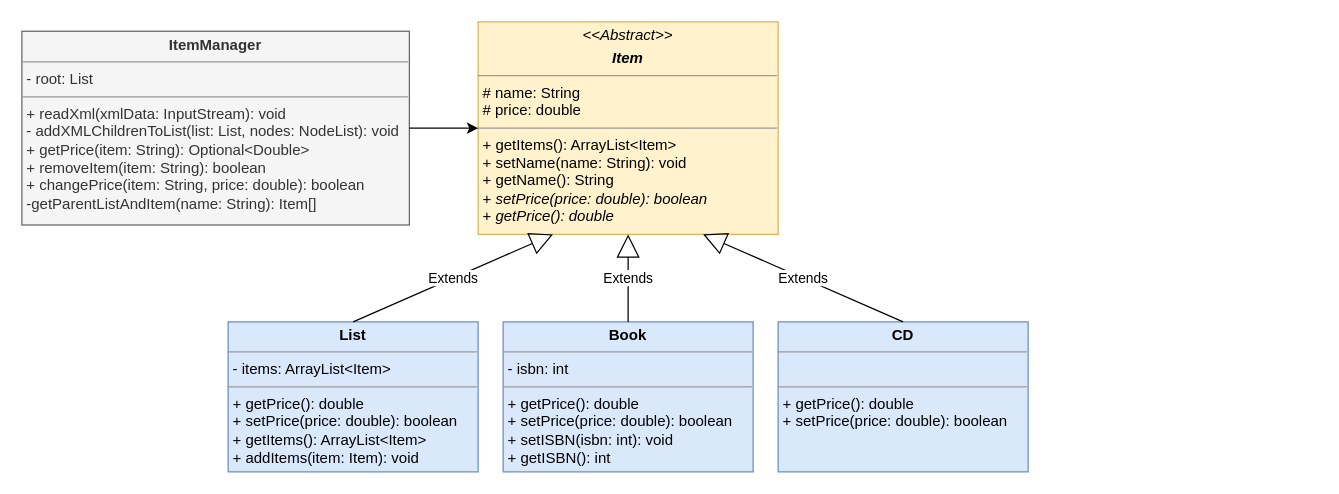
Johannes-Baischer/SE-Assignments keeps this draw.io diagram as docs/composite/img/a4_uml.drawio. Above is the earlier version. Source tidied: cells renumbered, new cells numbered last; positions are measured from the earlier drawing's top-left corner, leaving out a move shared by most shapes. Both pictures are drawn from the tidied source at 125%, with x=0, y=0 at pixel (21, 21).
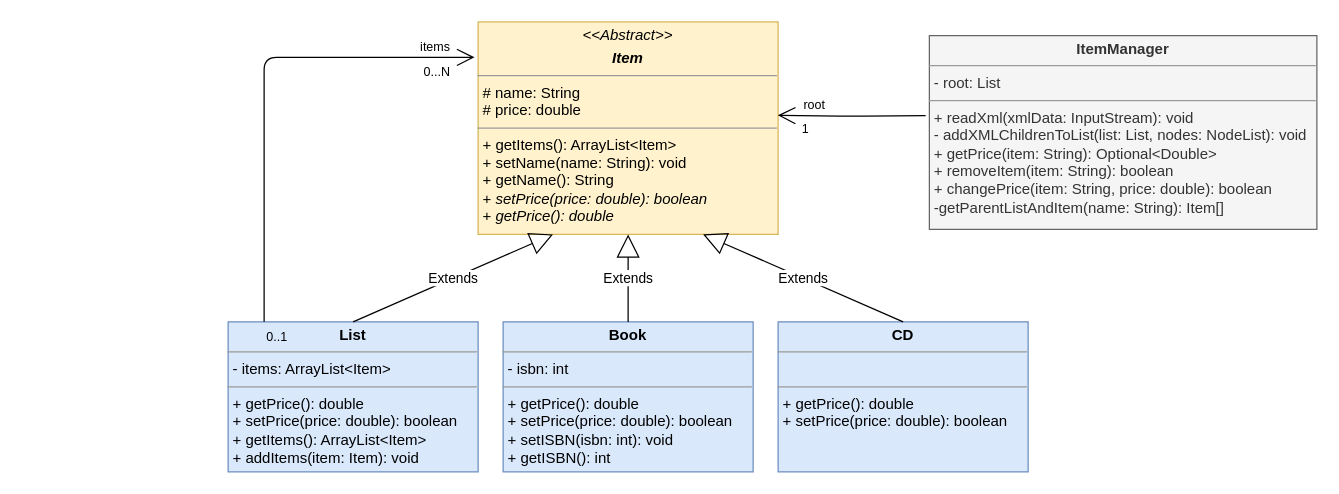
Above is the later version.

The change refers to these unchanged cells:
```xml
<mxCell id="2" value="&lt;p style=&quot;margin:0px;margin-top:4px;text-align:center;&quot;&gt;&lt;i&gt;&amp;lt;&amp;lt;Abstract&amp;gt;&amp;gt;&lt;/i&gt;&lt;/p&gt;&lt;p style=&quot;margin:0px;margin-top:4px;text-align:center;&quot;&gt;&lt;i&gt;&lt;b&gt;Item&lt;/b&gt;&lt;/i&gt;&lt;br&gt;&lt;/p&gt;&lt;hr size=&quot;1&quot;&gt;&lt;p style=&quot;margin:0px;margin-left:4px;&quot;&gt;# name: String&lt;/p&gt;&lt;p style=&quot;margin:0px;margin-left:4px;&quot;&gt;# price: double&lt;br&gt;&lt;/p&gt;&lt;hr size=&quot;1&quot;&gt;&lt;p style=&quot;margin:0px;margin-left:4px;&quot;&gt;+ getItems(): ArrayList&amp;lt;Item&amp;gt;&lt;/p&gt;&lt;p style=&quot;margin:0px;margin-left:4px;&quot;&gt;+ setName(name: String): void&lt;/p&gt;&lt;p style=&quot;margin:0px;margin-left:4px;&quot;&gt;+ getName(): String&lt;/p&gt;&lt;p style=&quot;margin:0px;margin-left:4px;&quot;&gt;+ &lt;i&gt;setPrice(price: double): boolean&lt;/i&gt;&lt;/p&gt;&lt;p style=&quot;margin:0px;margin-left:4px;&quot;&gt;+ &lt;i&gt;getPrice(): double&lt;/i&gt;&lt;br&gt;&lt;/p&gt;" style="verticalAlign=top;align=left;overflow=fill;fontSize=12;fontFamily=Helvetica;html=1;fillColor=#fff2cc;strokeColor=#d6b656;" parent="1" vertex="1">
  <mxGeometry x="365" width="240" height="170" as="geometry" />
</mxCell>
<mxCell id="3" value="&lt;p style=&quot;margin:0px;margin-top:4px;text-align:center;&quot;&gt;&lt;b&gt;List&lt;/b&gt;&lt;br&gt;&lt;/p&gt;&lt;hr size=&quot;1&quot;&gt;&lt;p style=&quot;margin:0px;margin-left:4px;&quot;&gt;- items: ArrayList&amp;lt;Item&amp;gt;&lt;br&gt;&lt;/p&gt;&lt;hr size=&quot;1&quot;&gt;&lt;p style=&quot;margin:0px;margin-left:4px;&quot;&gt;+ getPrice(): double&lt;/p&gt;&lt;p style=&quot;margin:0px;margin-left:4px;&quot;&gt;+ setPrice(price: double): boolean&lt;/p&gt;&lt;p style=&quot;margin:0px;margin-left:4px;&quot;&gt;+ getItems(): ArrayList&amp;lt;Item&amp;gt;&lt;/p&gt;&lt;p style=&quot;margin:0px;margin-left:4px;&quot;&gt;+ addItems(item: Item): void&lt;br&gt;&lt;/p&gt;" style="verticalAlign=top;align=left;overflow=fill;fontSize=12;fontFamily=Helvetica;html=1;fillColor=#dae8fc;strokeColor=#6c8ebf;" parent="1" vertex="1">
  <mxGeometry x="165" y="240" width="200" height="120" as="geometry" />
</mxCell>
```

Change to the diagram source:
```diff
@@
     <mxCell id="6" value="&lt;p style=&quot;margin:0px;margin-top:4px;text-align:center;&quot;&gt;&lt;b&gt;ItemManager&lt;/b&gt;&lt;/p&gt;&lt;hr size=&quot;1&quot;&gt;&lt;p style=&quot;margin:0px;margin-left:4px;&quot;&gt;- root: List&lt;br&gt;&lt;/p&gt;&lt;hr size=&quot;1&quot;&gt;&lt;p style=&quot;margin:0px;margin-left:4px;&quot;&gt;+ readXml(xmlData: InputStream): void&lt;/p&gt;&lt;p style=&quot;margin:0px;margin-left:4px;&quot;&gt;- addXMLChildrenToList(list: List, nodes: NodeList): void&lt;/p&gt;&lt;p style=&quot;margin:0px;margin-left:4px;&quot;&gt;+ getPrice(item: String): Optional&amp;lt;Double&amp;gt;&lt;/p&gt;&lt;p style=&quot;margin:0px;margin-left:4px;&quot;&gt;+ removeItem(item: String): boolean&lt;/p&gt;&lt;p style=&quot;margin:0px;margin-left:4px;&quot;&gt;+ changePrice(item: String, price: double): boolean&lt;/p&gt;&lt;p style=&quot;margin:0px;margin-left:4px;&quot;&gt;-getParentListAndItem(name: String): Item[]&lt;br&gt;&lt;/p&gt;" style="verticalAlign=top;align=left;overflow=fill;fontSize=12;fontFamily=Helvetica;html=1;fillColor=#f5f5f5;fontColor=#333333;strokeColor=#666666;" parent="1" vertex="1">
-      <mxGeometry y="7.5" width="310" height="155" as="geometry" />
+      <mxGeometry x="726" y="11" width="310" height="155" as="geometry" />
     </mxCell>
-    <mxCell id="7" style="endArrow=classic;html=1;rounded=0;exitX=1;exitY=0.5;exitDx=0;exitDy=0;entryX=0;entryY=0.5;entryDx=0;entryDy=0;" parent="1" edge="1" source="6" target="2">
-      <mxGeometry relative="1" as="geometry" />
-    </mxCell>
@@
+    <mxCell id="11" style="verticalAlign=bottom;html=1;endArrow=open;endSize=12;edgeStyle=orthogonalEdgeStyle;exitX=0.144;exitY=-0.001;exitDx=0;exitDy=0;exitPerimeter=0;entryX=-0.012;entryY=0.167;entryDx=0;entryDy=0;entryPerimeter=0;" parent="1" edge="1" source="3" target="2">
+      <mxGeometry relative="1" as="geometry">
+        <Array as="points">
+          <mxPoint x="194" y="28" />
+        </Array>
+      </mxGeometry>
+    </mxCell>
+    <mxCell id="12" value="0..1" style="html=1;align=left;verticalAlign=top;labelBackgroundColor=none;fontSize=10;" parent="11" vertex="1">
+      <mxGeometry x="-1" relative="1" as="geometry" />
+    </mxCell>
+    <mxCell id="13" value="0...N" style="html=1;align=right;verticalAlign=top;labelBackgroundColor=none;fontSize=10;" parent="11" vertex="1">
+      <mxGeometry x="0.9" relative="1" as="geometry" />
+    </mxCell>
+    <mxCell id="14" value="items" style="html=1;align=right;verticalAlign=bottom;labelBackgroundColor=none;fontSize=10;" parent="11" vertex="1">
+      <mxGeometry x="0.9" relative="1" as="geometry" />
+    </mxCell>
+    <mxCell id="15" style="verticalAlign=bottom;html=1;endArrow=open;endSize=12;edgeStyle=orthogonalEdgeStyle;entryX=0.999;entryY=0.44;entryDx=0;entryDy=0;entryPerimeter=0;" parent="1" edge="1" target="2">
+      <mxGeometry relative="1" as="geometry">
+        <mxPoint x="723" y="75" as="sourcePoint" />
+      </mxGeometry>
+    </mxCell>
+    <mxCell id="16" value="1" style="html=1;align=right;verticalAlign=top;labelBackgroundColor=none;fontSize=10;" parent="15" vertex="1">
+      <mxGeometry x="0.9" relative="1" as="geometry">
+        <mxPoint x="19" y="-2" as="offset" />
+      </mxGeometry>
+    </mxCell>
+    <mxCell id="17" value="root" style="html=1;align=right;verticalAlign=bottom;labelBackgroundColor=none;fontSize=10;" parent="15" vertex="1">
+      <mxGeometry x="0.9" relative="1" as="geometry">
+        <mxPoint x="32" y="-1" as="offset" />
+      </mxGeometry>
+    </mxCell>
```
